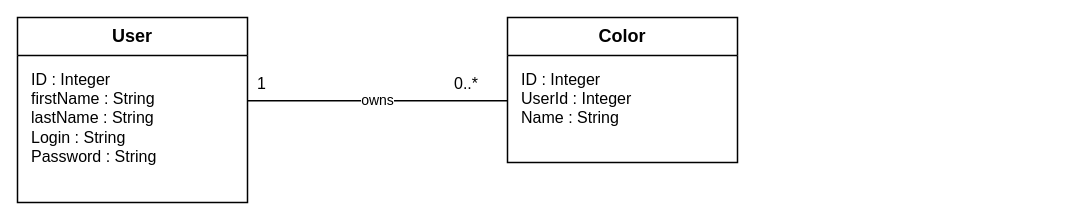
milesrack/colors-lamp keeps this draw.io diagram as docs/uml/class.drawio. Above is the earlier version. Source tidied: cells renumbered, new cells numbered last; positions are measured from the earlier drawing's top-left corner, leaving out a move shared by most shapes. Both pictures are drawn from the tidied source at 100%, with x=0, y=0 at pixel (17, 17).
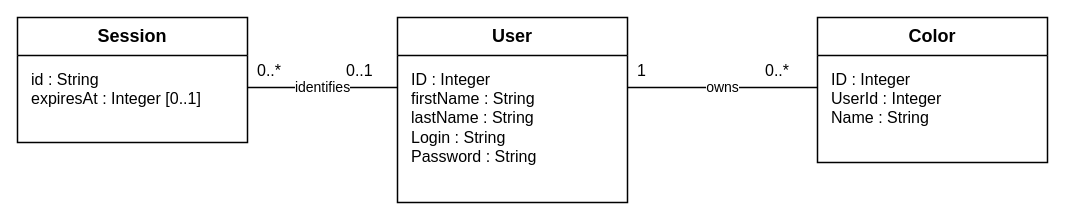
Above is the later version.

What changed in the source:
```diff
@@
 <mxGraphModel background="#FFFFFF">
   <root>
     <mxCell id="0" />
     <mxCell id="1" parent="0" />
+    <mxCell id="9" value="Session" style="html=1;whiteSpace=wrap;fontFamily=Helvetica;fontSize=16;fontColor=#000000;strokeColor=#000000;fillColor=#FFFFFF;strokeWidth=1.5;swimlane;startSize=38;horizontal=1;rounded=0;fontStyle=1;fontSize=18;" parent="1" vertex="1">
+      <mxGeometry width="230" height="125" as="geometry" />
+    </mxCell>
+    <mxCell id="10" value="id : String&lt;br&gt;expiresAt : Integer [0..1]" style="html=1;whiteSpace=wrap;fontFamily=Helvetica;fontSize=16;fontColor=#000000;strokeColor=#000000;fillColor=#FFFFFF;strokeWidth=1.5;text;strokeColor=none;fillColor=none;align=left;verticalAlign=top;fontSize=16;" parent="1" vertex="1">
+      <mxGeometry x="12" y="46" width="206" height="73" as="geometry" />
+    </mxCell>
     <mxCell id="2" value="User" style="html=1;whiteSpace=wrap;fontFamily=Helvetica;fontSize=16;fontColor=#000000;strokeColor=#000000;fillColor=#FFFFFF;strokeWidth=1.5;swimlane;startSize=38;horizontal=1;rounded=0;fontStyle=1;fontSize=18;" parent="1" vertex="1">
-      <mxGeometry width="230" height="185" as="geometry" />
+      <mxGeometry x="380" width="230" height="185" as="geometry" />
     </mxCell>
     <mxCell id="3" value="ID : Integer&lt;br&gt;firstName : String&lt;br&gt;lastName : String&lt;br&gt;Login : String&lt;br&gt;Password : String" style="html=1;whiteSpace=wrap;fontFamily=Helvetica;fontSize=16;fontColor=#000000;strokeColor=#000000;fillColor=#FFFFFF;strokeWidth=1.5;text;strokeColor=none;fillColor=none;align=left;verticalAlign=top;fontSize=16;" parent="1" vertex="1">
-      <mxGeometry x="12" y="46" width="206" height="133" as="geometry" />
+      <mxGeometry x="392" y="46" width="206" height="133" as="geometry" />
     </mxCell>
     <mxCell id="4" value="Color" style="html=1;whiteSpace=wrap;fontFamily=Helvetica;fontSize=16;fontColor=#000000;strokeColor=#000000;fillColor=#FFFFFF;strokeWidth=1.5;swimlane;startSize=38;horizontal=1;rounded=0;fontStyle=1;fontSize=18;" parent="1" vertex="1">
-      <mxGeometry x="490" width="230" height="145" as="geometry" />
+      <mxGeometry x="800" width="230" height="145" as="geometry" />
     </mxCell>
     <mxCell id="5" value="ID : Integer&lt;br&gt;UserId : Integer&lt;br&gt;Name : String" style="html=1;whiteSpace=wrap;fontFamily=Helvetica;fontSize=16;fontColor=#000000;strokeColor=#000000;fillColor=#FFFFFF;strokeWidth=1.5;text;strokeColor=none;fillColor=none;align=left;verticalAlign=top;fontSize=16;" parent="1" vertex="1">
-      <mxGeometry x="502" y="46" width="206" height="93" as="geometry" />
+      <mxGeometry x="812" y="46" width="206" height="93" as="geometry" />
     </mxCell>
+    <mxCell id="11" value="identifies" style="edgeStyle=orthogonalEdgeStyle;rounded=0;html=1;fontFamily=Helvetica;fontSize=14;fontColor=#000000;strokeColor=#000000;strokeWidth=1.3;labelBackgroundColor=#FFFFFF;endArrow=block;endFill=1;jettySize=auto;edgeStyle=none;endArrow=none;exitX=1;exitY=0.56;entryX=0;entryY=0.378378;" parent="1" edge="1" source="9" target="2">
+      <mxGeometry relative="1" as="geometry" />
+    </mxCell>
-    <mxCell id="6" value="owns" style="edgeStyle=orthogonalEdgeStyle;rounded=0;html=1;fontFamily=Helvetica;fontSize=14;fontColor=#000000;strokeColor=#000000;strokeWidth=1.3;labelBackgroundColor=#FFFFFF;endArrow=block;endFill=1;jettySize=auto;edgeStyle=none;endArrow=none;exitX=1;exitY=0.45;entryX=0;entryY=0.57414;" parent="1" edge="1" source="2" target="4">
+    <mxCell id="6" value="owns" style="edgeStyle=orthogonalEdgeStyle;rounded=0;html=1;fontFamily=Helvetica;fontSize=14;fontColor=#000000;strokeColor=#000000;strokeWidth=1.3;labelBackgroundColor=#FFFFFF;endArrow=block;endFill=1;jettySize=auto;edgeStyle=none;endArrow=none;exitX=1;exitY=0.378378;entryX=0;entryY=0.482759;" parent="1" edge="1" source="2" target="4">
       <mxGeometry relative="1" as="geometry" />
     </mxCell>
+    <mxCell id="12" value="0..*" style="html=1;whiteSpace=wrap;fontFamily=Helvetica;fontSize=16;fontColor=#000000;strokeColor=#000000;fillColor=#FFFFFF;strokeWidth=1.5;text;strokeColor=none;fillColor=none;" parent="1" vertex="1">
+      <mxGeometry x="238" y="37" width="45" height="25" as="geometry" />
+    </mxCell>
+    <mxCell id="13" value="0..1" style="html=1;whiteSpace=wrap;fontFamily=Helvetica;fontSize=16;fontColor=#000000;strokeColor=#000000;fillColor=#FFFFFF;strokeWidth=1.5;text;strokeColor=none;fillColor=none;" parent="1" vertex="1">
+      <mxGeometry x="327" y="37" width="45" height="25" as="geometry" />
+    </mxCell>
     <mxCell id="7" value="1" style="html=1;whiteSpace=wrap;fontFamily=Helvetica;fontSize=16;fontColor=#000000;strokeColor=#000000;fillColor=#FFFFFF;strokeWidth=1.5;text;strokeColor=none;fillColor=none;" parent="1" vertex="1">
-      <mxGeometry x="238" y="50" width="30" height="25" as="geometry" />
+      <mxGeometry x="618" y="37" width="45" height="25" as="geometry" />
     </mxCell>
     <mxCell id="8" value="0..*" style="html=1;whiteSpace=wrap;fontFamily=Helvetica;fontSize=16;fontColor=#000000;strokeColor=#000000;fillColor=#FFFFFF;strokeWidth=1.5;text;strokeColor=none;fillColor=none;" parent="1" vertex="1">
-      <mxGeometry x="435" y="50" width="45" height="25" as="geometry" />
+      <mxGeometry x="746" y="37" width="45" height="25" as="geometry" />
     </mxCell>
   </root>
 </mxGraphModel>
```
